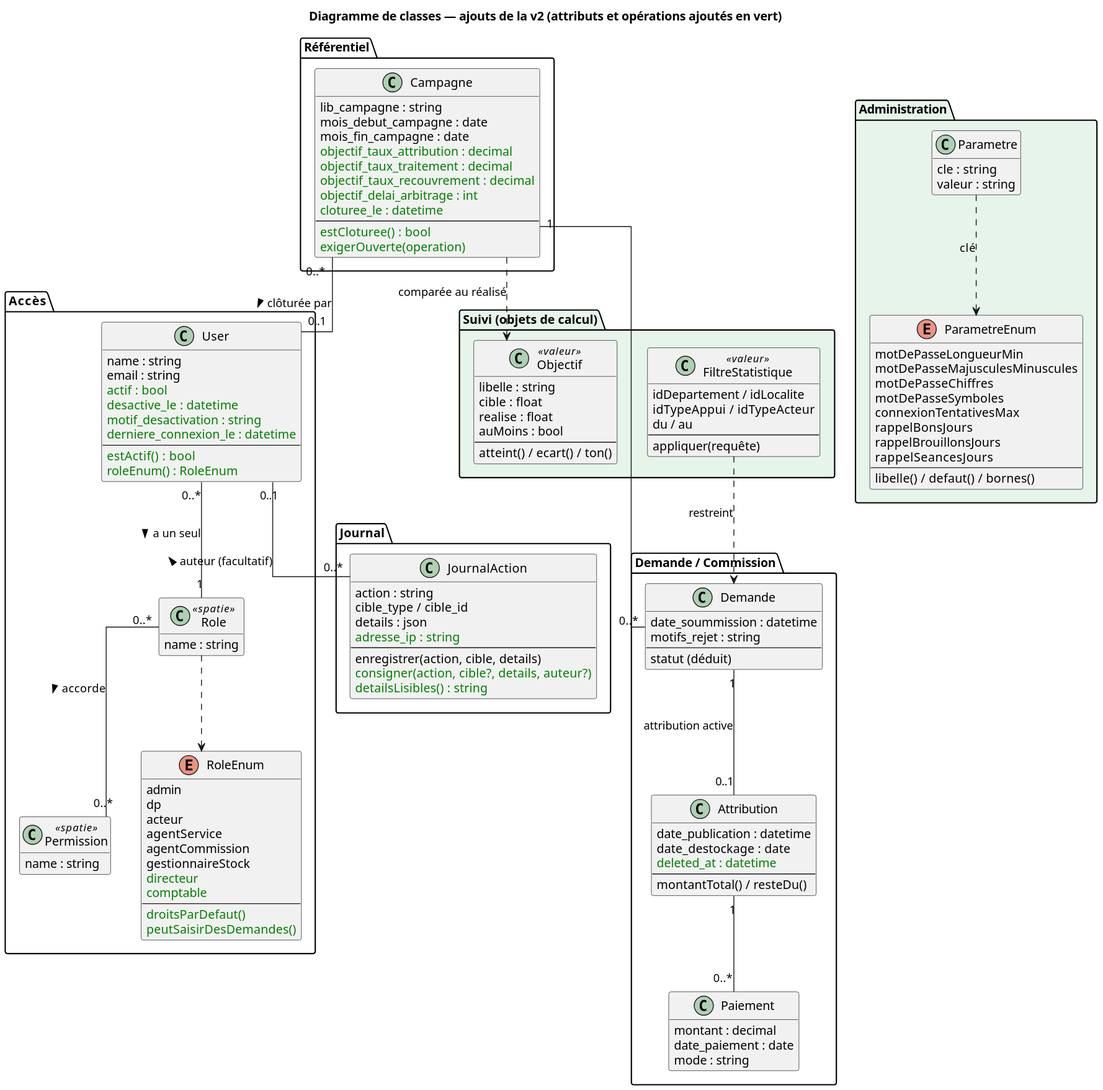
Before: docs/v2/classes/classes_v2.svg, a diagram exported from PlantUML (marasse-codec/ORYZAPP).
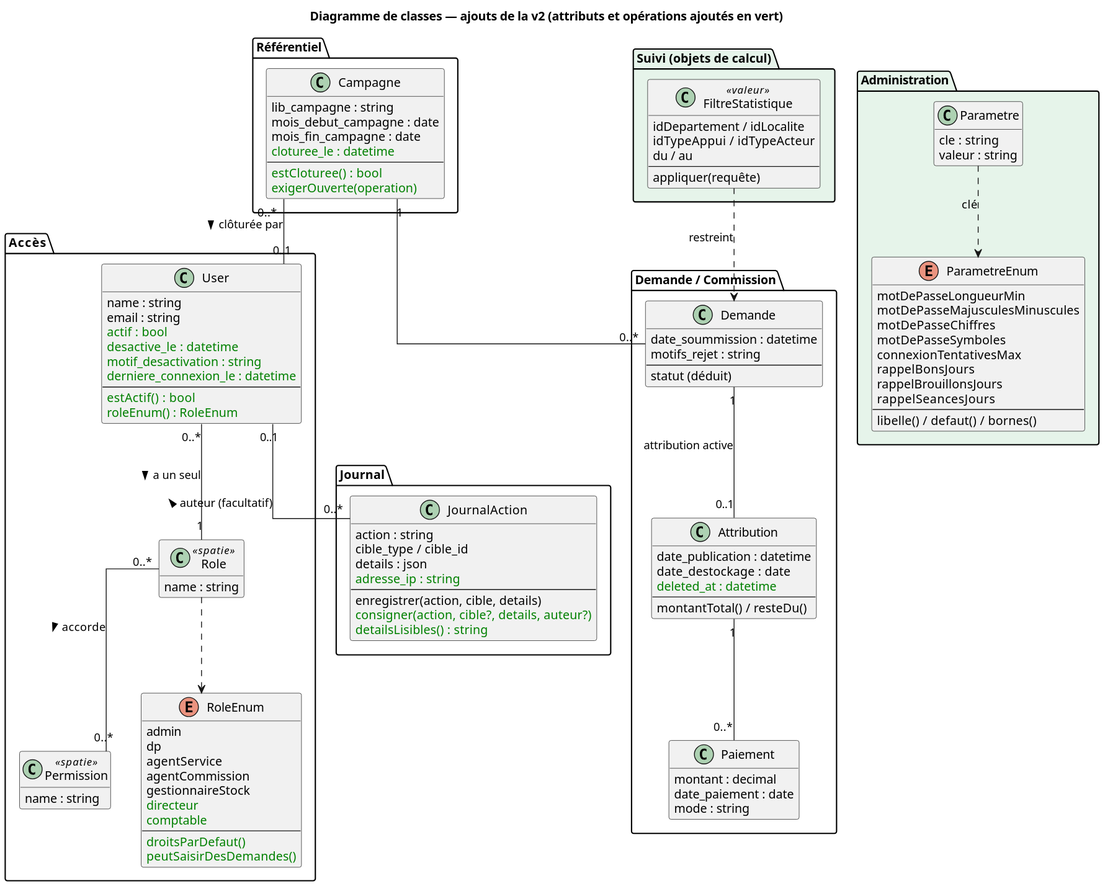
Above is the later version.

Diff of the diagram source:
```diff
@@ -28,7 +28,6 @@
     enum RoleEnum {
         admin
         dp
-        acteur
         agentService
         agentCommission
         gestionnaireStock
@@ -64,10 +63,6 @@
         lib_campagne : string
         mois_debut_campagne : date
         mois_fin_campagne : date
-        <color:green>objectif_taux_attribution : decimal</color>
-        <color:green>objectif_taux_traitement : decimal</color>
-        <color:green>objectif_taux_recouvrement : decimal</color>
-        <color:green>objectif_delai_arbitrage : int</color>
         <color:green>cloturee_le : datetime</color>
         --
         <color:green>estCloturee() : bool</color>
@@ -117,14 +112,6 @@
         --
         appliquer(requête)
     }
-    class Objectif <<valeur>> {
-        libelle : string
-        cible : float
-        realise : float
-        auMoins : bool
-        --
-        atteint() / ecart() / ton()
-    }
 }
 
 User "0..*" -- "1" Role : a un seul >
@@ -136,6 +123,5 @@
 Campagne "0..*" -- "0..1" User : clôturée par >
 Demande "1" -- "0..1" Attribution : attribution active
 Attribution "1" -- "0..*" Paiement
-Campagne ..> Objectif : comparée au réalisé
 FiltreStatistique ..> Demande : restreint
 @enduml
```
